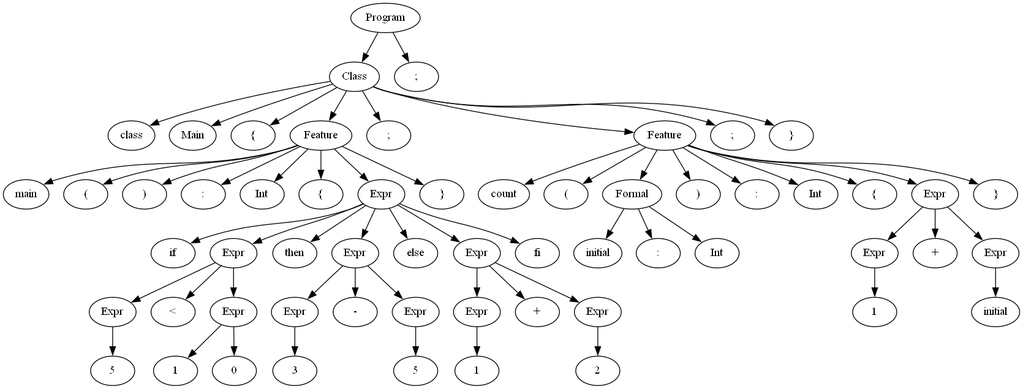
Manuel-Archila/Proyecto0_CC keeps this Graphviz diagram as output.gv.png. Above is the earlier version. Its source is kept beside it as output.gv.
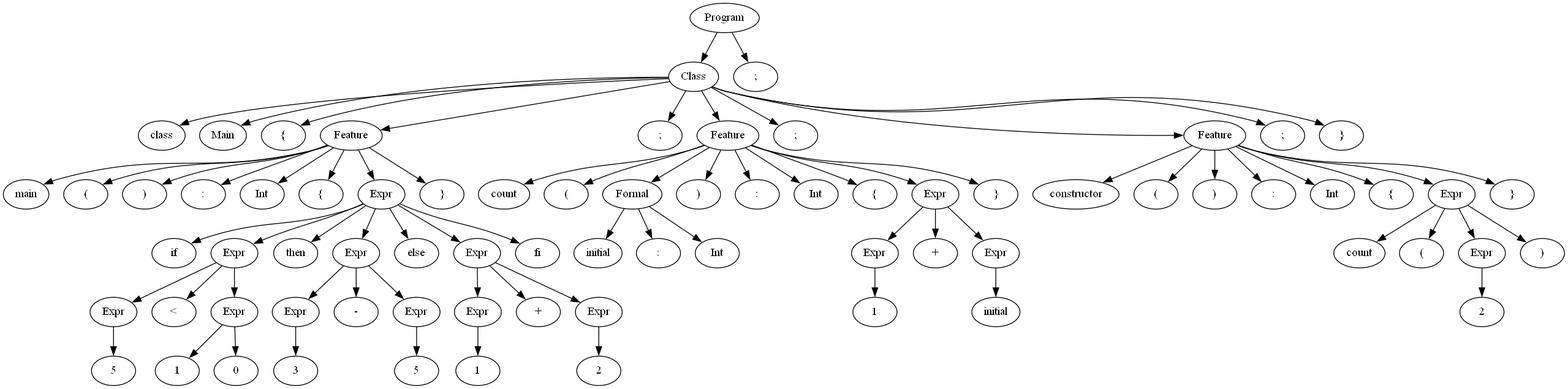
The same diagram one commit later.

What changed in the source:
```diff
@@ -113,7 +113,37 @@
 	1 -> 56
 	56 [label=";"]
 	1 -> 57
-	57 [label="}"]
-	0 -> 58
-	58 [label=";"]
+	57 [label=Feature]
+	57 -> 58
+	58 [label=constructor]
+	57 -> 59
+	59 [label="("]
+	57 -> 60
+	60 [label=")"]
+	57 -> 61
+	61 [label=":"]
+	57 -> 62
+	62 [label=Int]
+	57 -> 63
+	63 [label="{"]
+	57 -> 64
+	64 [label=Expr]
+	64 -> 65
+	65 [label=count]
+	64 -> 66
+	66 [label="("]
+	64 -> 67
+	67 [label=Expr]
+	67 -> 68
+	68 [label=2]
+	64 -> 69
+	69 [label=")"]
+	57 -> 70
+	70 [label="}"]
+	1 -> 71
+	71 [label=";"]
+	1 -> 72
+	72 [label="}"]
+	0 -> 73
+	73 [label=";"]
 }
```
